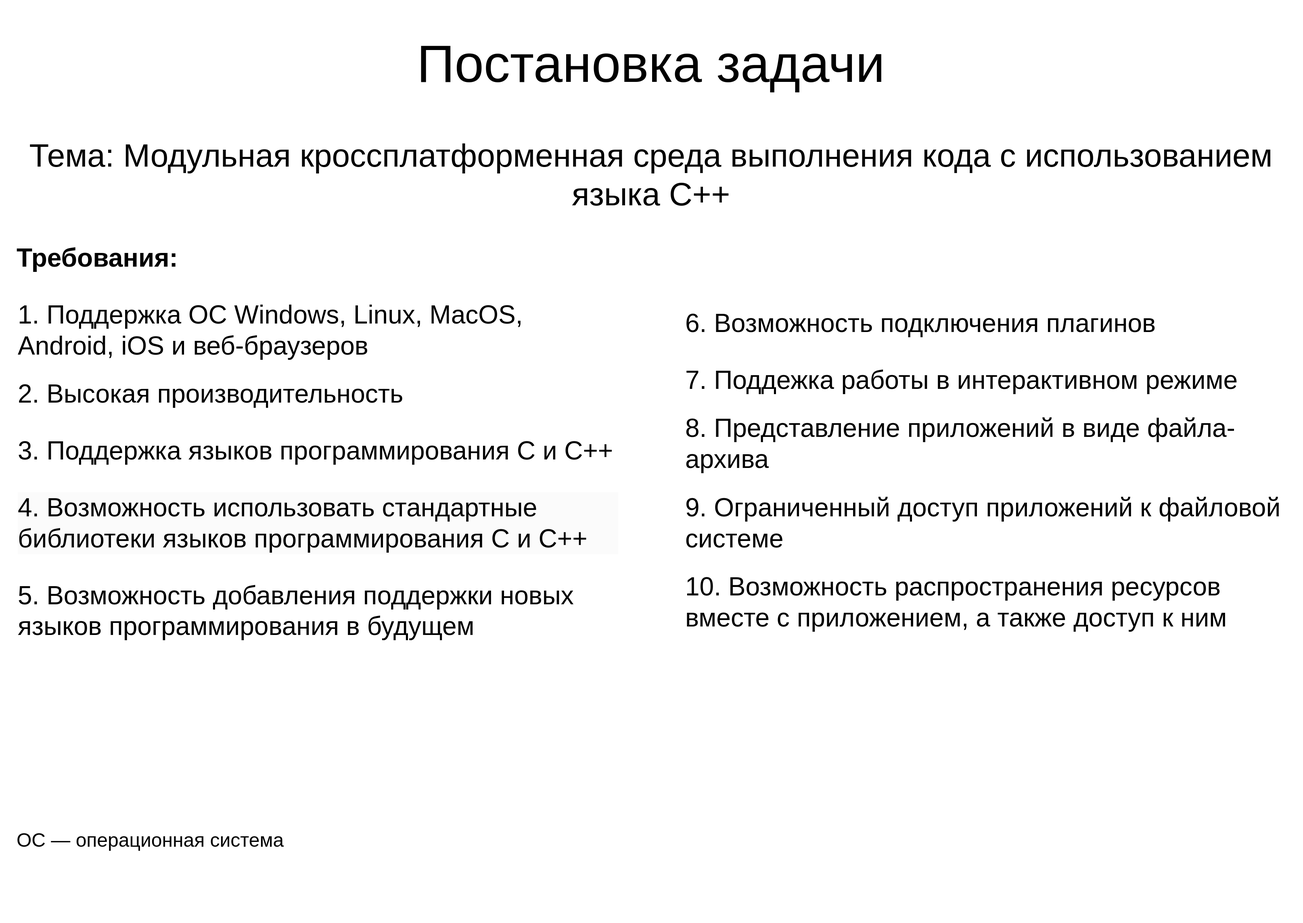
Destructor17/graduation_project_report keeps this draw.io diagram as diagrams/task.drawio.png. Above is the earlier version. Source tidied: cells renumbered, new cells last; positions are measured from the earlier drawing's top-left corner, leaving out a move shared by most shapes.
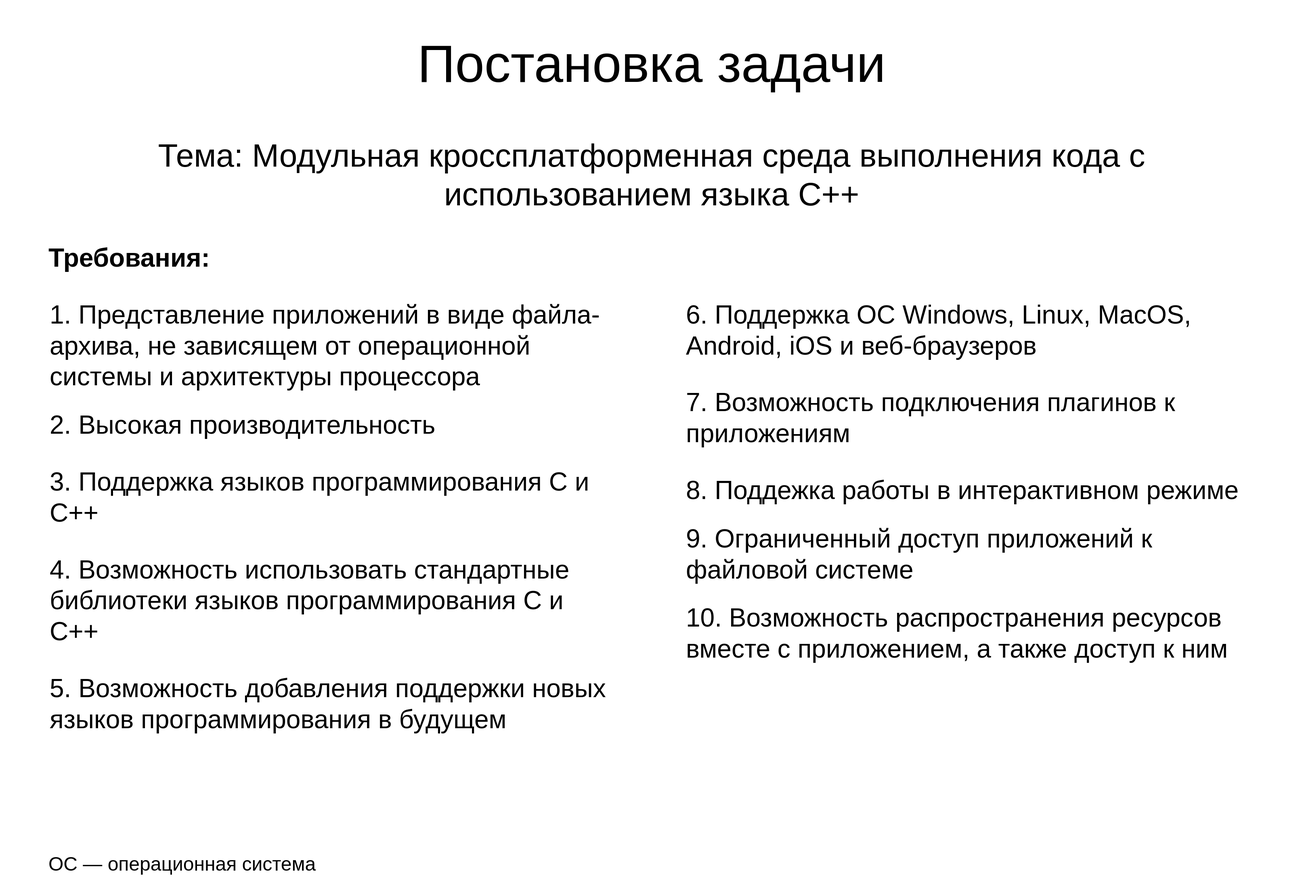
After the commit.

The edit, as a diff of the source:
```diff
@@ -2,23 +2,23 @@
   <root>
     <mxCell id="0" />
     <mxCell id="1" parent="0" />
-    <mxCell id="2" value="&lt;h1 style=&quot;font-size: 64px;&quot;&gt;&lt;span style=&quot;background-color: initial; font-weight: normal;&quot;&gt;1. Поддержка ОС Windows, Linux, MacOS, Android, iOS и веб-браузеров&lt;/span&gt;&lt;/h1&gt;&lt;div&gt;&lt;span style=&quot;font-size: 64px;&quot;&gt;2. Высокая производительность&lt;/span&gt;&lt;span style=&quot;background-color: initial; font-weight: normal;&quot;&gt;&lt;br&gt;&lt;/span&gt;&lt;/div&gt;&lt;p style=&quot;font-size: 64px;&quot;&gt;&lt;font style=&quot;font-size: 64px;&quot;&gt;3. Поддержка языков программирования C и C++&lt;/font&gt;&lt;/p&gt;&lt;p style=&quot;font-size: 64px;&quot;&gt;&lt;font style=&quot;font-size: 64px;&quot;&gt;&lt;/font&gt;&lt;/p&gt;&lt;div style=&quot;forced-color-adjust: none; color: rgb(0, 0, 0); font-family: Helvetica; font-size: 12px; font-style: normal; font-variant-ligatures: normal; font-variant-caps: normal; font-weight: 400; letter-spacing: normal; orphans: 2; text-align: left; text-indent: 0px; text-transform: none; widows: 2; word-spacing: 0px; -webkit-text-stroke-width: 0px; white-space: normal; background-color: rgb(251, 251, 251); text-decoration-thickness: initial; text-decoration-style: initial; text-decoration-color: initial;&quot;&gt;&lt;/div&gt;&lt;p&gt;&lt;/p&gt;&lt;h1 style=&quot;forced-color-adjust: none; color: rgb(0, 0, 0); font-family: Helvetica; font-style: normal; font-variant-ligatures: normal; font-variant-caps: normal; letter-spacing: normal; orphans: 2; text-align: left; text-indent: 0px; text-transform: none; widows: 2; word-spacing: 0px; -webkit-text-stroke-width: 0px; white-space: normal; background-color: rgb(251, 251, 251); text-decoration-thickness: initial; text-decoration-style: initial; text-decoration-color: initial; font-size: 64px;&quot;&gt;&lt;span style=&quot;forced-color-adjust: none; background-color: initial; font-weight: normal;&quot;&gt;4. Возможность использовать стандартные библиотеки языков программирования C и C++&lt;/span&gt;&lt;/h1&gt;&lt;p style=&quot;font-size: 64px;&quot;&gt;&lt;font style=&quot;font-size: 64px;&quot;&gt;5. Возможность добавления поддержки новых языков программирования в будущем&lt;/font&gt;&lt;/p&gt;" style="text;html=1;strokeColor=none;fillColor=none;spacing=5;spacingTop=-20;whiteSpace=wrap;overflow=hidden;rounded=0;" parent="1" vertex="1">
-      <mxGeometry x="40" y="708.7" width="1495.8" height="1338.6" as="geometry" />
+    <mxCell id="2" value="&lt;h1 style=&quot;font-size: 64px;&quot;&gt;&lt;span style=&quot;font-weight: normal;&quot;&gt;1. Представление приложений в виде файла-архива, не зависящем от операционной системы и архитектуры процессора&lt;/span&gt;&lt;/h1&gt;&lt;div&gt;&lt;span style=&quot;font-size: 64px;&quot;&gt;2. Высокая производительность&lt;/span&gt;&lt;/div&gt;&lt;p style=&quot;font-size: 64px;&quot;&gt;&lt;font style=&quot;font-size: 64px;&quot;&gt;3. Поддержка языков программирования C и C++&lt;/font&gt;&lt;/p&gt;&lt;p style=&quot;font-size: 64px;&quot;&gt;4. Возможность использовать стандартные библиотеки языков программирования C и C++&lt;/p&gt;&lt;p style=&quot;font-size: 64px;&quot;&gt;&lt;span style=&quot;background-color: initial;&quot;&gt;5. Возможность добавления поддержки новых языков программирования в будущем&lt;/span&gt;&lt;/p&gt;" style="text;html=1;strokeColor=none;fillColor=none;spacing=5;spacingTop=-20;whiteSpace=wrap;overflow=hidden;rounded=0;" parent="1" vertex="1">
+      <mxGeometry x="118.5" y="708.7" width="1417.3" height="1181.1" as="geometry" />
     </mxCell>
     <mxCell id="3" value="&lt;font style=&quot;font-size: 130px;&quot;&gt;Постановка задачи&lt;/font&gt;" style="text;html=1;strokeColor=none;fillColor=none;align=center;verticalAlign=middle;whiteSpace=wrap;rounded=0;" parent="1" vertex="1">
       <mxGeometry x="0.4" width="3228.3" height="315" as="geometry" />
     </mxCell>
     <mxCell id="4" value="&lt;font style=&quot;font-size: 80px;&quot;&gt;Тема: Модульная кроссплатформенная среда выполнения кода с использованием языка C++&lt;/font&gt;" style="text;html=1;align=center;verticalAlign=middle;whiteSpace=wrap;rounded=0;" parent="1" vertex="1">
-      <mxGeometry x="0.4" y="315" width="3228.3" height="236.2" as="geometry" />
+      <mxGeometry x="118.5" y="315" width="2992.1" height="236.2" as="geometry" />
     </mxCell>
-    <mxCell id="5" value="&lt;h1 style=&quot;margin-top: 0px; font-size: 48px;&quot;&gt;&lt;span style=&quot;font-weight: normal;&quot;&gt;ОС&amp;nbsp;— операционная система&lt;span style=&quot;background-color: initial; white-space: pre;&quot;&gt;&#9;&lt;/span&gt;&lt;/span&gt;&lt;/h1&gt;" style="text;html=1;whiteSpace=wrap;overflow=hidden;rounded=0;" parent="1" vertex="1">
-      <mxGeometry x="40" y="2047.2" width="3149.3" height="237.8" as="geometry" />
+    <mxCell id="5" value="&lt;h1 style=&quot;margin-top: 0px; font-size: 48px;&quot;&gt;&lt;span style=&quot;font-weight: normal;&quot;&gt;ОС&amp;nbsp;— операционная система&lt;span style=&quot;background-color: initial; white-space: pre;&quot;&gt;&#9;&lt;/span&gt;&lt;/span&gt;&lt;/h1&gt;" style="text;html=1;whiteSpace=wrap;overflow=hidden;rounded=0;verticalAlign=bottom;" parent="1" vertex="1">
+      <mxGeometry x="118.5" y="1889.8" width="2992.1" height="315" as="geometry" />
     </mxCell>
-    <mxCell id="6" value="&lt;p style=&quot;font-size: 64px;&quot;&gt;6. Возможность подключения плагинов&lt;/p&gt;&lt;h1 style=&quot;font-size: 64px;&quot;&gt;&lt;span style=&quot;font-weight: normal;&quot;&gt;7. Поддежка работы в интерактивном режиме&lt;/span&gt;&lt;/h1&gt;&lt;h1 style=&quot;font-size: 64px;&quot;&gt;&lt;span style=&quot;font-weight: 400;&quot;&gt;8. Представление приложений в виде файла-архива&lt;/span&gt;&lt;span style=&quot;background-color: initial; font-weight: normal;&quot;&gt;&lt;br&gt;&lt;/span&gt;&lt;/h1&gt;&lt;h1 style=&quot;font-size: 64px;&quot;&gt;&lt;span style=&quot;background-color: initial; font-weight: normal;&quot;&gt;9. Ограниченный доступ приложений к файловой системе&lt;/span&gt;&lt;br&gt;&lt;/h1&gt;&lt;div&gt;&lt;h1 style=&quot;&quot;&gt;&lt;span style=&quot;background-color: initial;&quot;&gt;&lt;span style=&quot;font-size: 64px; font-weight: normal;&quot;&gt;10. Возможность &lt;/span&gt;&lt;span style=&quot;font-size: 64px; font-weight: 400;&quot;&gt;распространения&lt;/span&gt;&lt;span style=&quot;font-size: 64px; font-weight: normal;&quot;&gt;&amp;nbsp;ресурсов&amp;nbsp; вместе с приложением, а также доступ к ним&lt;/span&gt;&lt;/span&gt;&lt;/h1&gt;&lt;/div&gt;" style="text;html=1;strokeColor=none;fillColor=none;spacing=5;spacingTop=-20;whiteSpace=wrap;overflow=hidden;rounded=0;" parent="1" vertex="1">
-      <mxGeometry x="1693.5" y="708.7" width="1495.8" height="1338.6" as="geometry" />
+    <mxCell id="6" value="&lt;h1 style=&quot;font-size: 64px;&quot;&gt;&lt;span style=&quot;background-color: initial; font-weight: normal;&quot;&gt;6. Поддержка ОС Windows, Linux, MacOS, Android, iOS и веб-браузеров&lt;/span&gt;&lt;/h1&gt;&lt;p style=&quot;font-size: 64px;&quot;&gt;7. Возможность подключения плагинов к приложениям&lt;/p&gt;&lt;h1 style=&quot;font-size: 64px;&quot;&gt;&lt;span style=&quot;font-weight: normal;&quot;&gt;8. Поддежка работы в интерактивном режиме&lt;/span&gt;&lt;/h1&gt;&lt;h1 style=&quot;font-size: 64px;&quot;&gt;&lt;span style=&quot;background-color: initial; font-weight: normal;&quot;&gt;9. Ограниченный доступ приложений к файловой системе&lt;/span&gt;&lt;br&gt;&lt;/h1&gt;&lt;div&gt;&lt;h1 style=&quot;&quot;&gt;&lt;span style=&quot;background-color: initial;&quot;&gt;&lt;span style=&quot;font-size: 64px; font-weight: normal;&quot;&gt;10. Возможность &lt;/span&gt;&lt;span style=&quot;font-size: 64px; font-weight: 400;&quot;&gt;распространения&lt;/span&gt;&lt;span style=&quot;font-size: 64px; font-weight: normal;&quot;&gt;&amp;nbsp;ресурсов&amp;nbsp; вместе с приложением, а также доступ к ним&lt;/span&gt;&lt;/span&gt;&lt;/h1&gt;&lt;/div&gt;" style="text;html=1;strokeColor=none;fillColor=none;spacing=5;spacingTop=-20;whiteSpace=wrap;overflow=hidden;rounded=0;" parent="1" vertex="1">
+      <mxGeometry x="1693.5" y="708.7" width="1417.1" height="1181.1" as="geometry" />
     </mxCell>
     <mxCell id="7" value="&lt;h1 style=&quot;font-size: 64px;&quot;&gt;Требования:&lt;/h1&gt;" style="text;html=1;whiteSpace=wrap;overflow=hidden;rounded=0;" parent="1" vertex="1">
-      <mxGeometry x="39.7" y="551" width="3149.6" height="120" as="geometry" />
+      <mxGeometry x="118.5" y="551" width="2992.1" height="120" as="geometry" />
     </mxCell>
   </root>
 </mxGraphModel>
```
